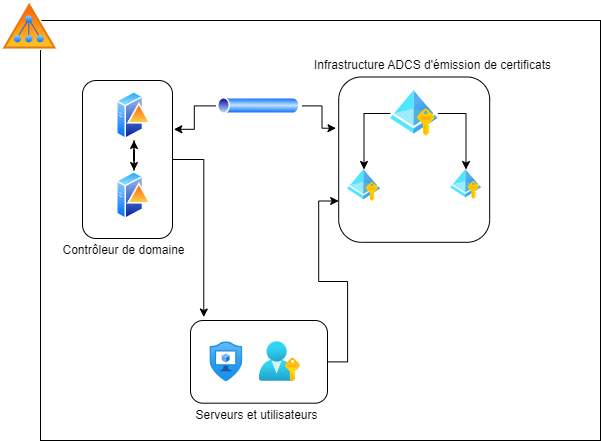
Earlier version of the draw.io export ADCS.png (Ktkjf/entrainement_wordpress). Source tidied: cells renumbered, new cells last; positions are measured from the earlier drawing's top-left corner, leaving out a move shared by most shapes.
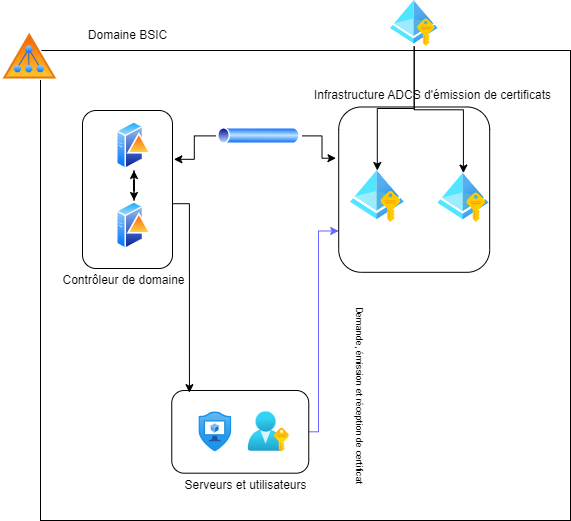
After the commit.

Commit message:
Mettre à jour ADCS.png

The edit, as a diff of the source:
```diff
@@ -3,7 +3,7 @@
     <mxCell id="0" />
     <mxCell id="1" parent="0" />
     <mxCell id="2" style="rounded=0;whiteSpace=wrap;html=1;fillColor=none;" parent="1" vertex="1">
-      <mxGeometry x="40" y="20" width="560" height="420" as="geometry" />
+      <mxGeometry x="40" y="20" width="530" height="470" as="geometry" />
     </mxCell>
     <mxCell id="3" style="rounded=1;whiteSpace=wrap;html=1;rotation=90;fillColor=none;" parent="1" vertex="1">
       <mxGeometry x="331" y="83.7" width="165.3" height="151" as="geometry" />
@@ -18,7 +18,7 @@
       <mxGeometry relative="1" as="geometry" />
     </mxCell>
     <mxCell id="7" style="image;html=1;points=[];align=center;fontSize=12;image=img/lib/azure2/identity/Managed_Identities.svg;" parent="1" vertex="1">
-      <mxGeometry x="390" y="90" width="47.4" height="46" as="geometry" />
+      <mxGeometry x="390" y="-30" width="47.4" height="46" as="geometry" />
     </mxCell>
     <mxCell id="8" style="image;perimeter=ellipsePerimeter;html=1;align=center;shadow=0;dashed=0;spacingTop=3;image=img/lib/active_directory/active_directory.svg;" parent="1" vertex="1">
       <mxGeometry width="58.8" height="50" as="geometry" />
@@ -36,25 +36,17 @@
       <mxGeometry x="116" y="170" width="35" height="50" as="geometry" />
     </mxCell>
     <mxCell id="13" style="image;html=1;points=[];align=center;fontSize=12;image=img/lib/azure2/identity/Managed_Identities.svg;" parent="1" vertex="1">
-      <mxGeometry x="347" y="169" width="32.9" height="32" as="geometry" />
+      <mxGeometry x="350" y="140" width="53.5" height="52" as="geometry" />
     </mxCell>
     <mxCell id="14" style="image;html=1;points=[];align=center;fontSize=12;image=img/lib/azure2/identity/Managed_Identities.svg;" parent="1" vertex="1">
-      <mxGeometry x="450" y="169" width="30.9" height="30" as="geometry" />
+      <mxGeometry x="437.4" y="142.6" width="50.9" height="49.4" as="geometry" />
     </mxCell>
-    <mxCell id="15" style="group;" parent="1" vertex="1">
-      <mxGeometry x="190" y="320" width="137" height="82.7" as="geometry" />
-    </mxCell>
-    <mxCell id="16" style="rounded=1;whiteSpace=wrap;html=1;rotation=90;fillColor=none;" parent="15" vertex="1">
-      <mxGeometry x="27.2" y="-27.2" width="82.7" height="137" as="geometry" />
-    </mxCell>
-    <mxCell id="17" style="image;html=1;align=center;fontSize=12;image=img/lib/azure2/security/Application_Security_Groups.svg;" parent="15" vertex="1">
-      <mxGeometry x="19.5" y="21.3" width="32.9" height="40" as="geometry" />
-    </mxCell>
-    <mxCell id="18" style="image;html=1;align=center;fontSize=12;image=img/lib/azure2/azure_stack/User_Subscriptions.svg;" parent="15" vertex="1">
-      <mxGeometry x="68.6" y="21.3" width="41.2" height="40" as="geometry" />
-    </mxCell>
-    <mxCell id="19" style="edgeStyle=orthogonalEdgeStyle;rounded=0;jettySize=auto;html=1;entryX=-0.042;entryY=0.903;entryDx=0;entryDy=0;entryPerimeter=0;" parent="1" edge="1" source="4" target="16">
-      <mxGeometry relative="1" as="geometry" />
+    <mxCell id="19" style="edgeStyle=orthogonalEdgeStyle;rounded=0;jettySize=auto;html=1;entryX=0.026;entryY=0.871;entryDx=0;entryDy=0;entryPerimeter=0;exitX=0.59;exitY=-0.003;exitDx=0;exitDy=0;exitPerimeter=0;" parent="1" edge="1" source="4" target="16">
+      <mxGeometry relative="1" as="geometry">
+        <Array as="points">
+          <mxPoint x="189" y="173" />
+        </Array>
+      </mxGeometry>
     </mxCell>
     <mxCell id="20" style="image;perimeter=ellipsePerimeter;html=1;align=center;shadow=0;dashed=0;spacingTop=3;image=img/lib/active_directory/tunnel.svg;" parent="1" vertex="1">
       <mxGeometry x="215.5" y="96.8" width="86" height="17.2" as="geometry" />
@@ -65,17 +57,42 @@
     <mxCell id="22" style="edgeStyle=orthogonalEdgeStyle;rounded=0;jettySize=auto;html=1;entryX=0.31;entryY=1.018;entryDx=0;entryDy=0;entryPerimeter=0;" parent="1" edge="1" source="20" target="3">
       <mxGeometry relative="1" as="geometry" />
     </mxCell>
-    <mxCell id="23" style="edgeStyle=orthogonalEdgeStyle;rounded=0;jettySize=auto;html=1;entryX=0.75;entryY=1;entryDx=0;entryDy=0;" parent="1" edge="1" source="16" target="3">
-      <mxGeometry relative="1" as="geometry" />
+    <mxCell id="23" style="edgeStyle=orthogonalEdgeStyle;rounded=0;jettySize=auto;html=1;entryX=0.75;entryY=1;entryDx=0;entryDy=0;strokeColor=#6666FF;" parent="1" edge="1" source="16" target="3">
+      <mxGeometry relative="1" as="geometry">
+        <Array as="points">
+          <mxPoint x="318" y="201" />
+        </Array>
+      </mxGeometry>
     </mxCell>
-    <mxCell id="24" value="Serveurs et utilisateurs" style="text;html=1;align=center;verticalAlign=middle;strokeColor=none;fillColor=none;" parent="1" vertex="1">
-      <mxGeometry x="181" y="400" width="150" height="30" as="geometry" />
-    </mxCell>
     <mxCell id="25" value="Contrôleur de domaine" style="text;html=1;align=center;verticalAlign=middle;strokeColor=none;fillColor=none;" parent="1" vertex="1">
       <mxGeometry x="48" y="234.6" width="150" height="30" as="geometry" />
     </mxCell>
     <mxCell id="26" value="Infrastructure ADCS d'émission de certificats" style="text;html=1;align=center;verticalAlign=middle;strokeColor=none;fillColor=none;" parent="1" vertex="1">
       <mxGeometry x="301.5" y="50" width="260" height="30" as="geometry" />
     </mxCell>
+    <mxCell id="27" value="Domaine BSIC" style="text;html=1;align=center;verticalAlign=middle;strokeColor=none;fillColor=none;" parent="1" vertex="1">
+      <mxGeometry x="77" y="-10" width="100" height="30" as="geometry" />
+    </mxCell>
+    <mxCell id="28" value="&lt;font style=&quot;font-size: 9px;&quot;&gt;Demande, émission et réception de certificat&lt;/font&gt;" style="text;html=1;align=center;verticalAlign=middle;strokeColor=none;fillColor=none;rotation=90;" parent="1" vertex="1">
+      <mxGeometry x="260" y="350" width="200" height="30" as="geometry" />
+    </mxCell>
+    <mxCell id="29" style="group;" parent="1" vertex="1">
+      <mxGeometry x="170" y="360" width="150" height="110" as="geometry" />
+    </mxCell>
+    <mxCell id="15" style="group;" parent="29" vertex="1">
+      <mxGeometry x="9" width="137" height="82.7" as="geometry" />
+    </mxCell>
+    <mxCell id="16" style="rounded=1;whiteSpace=wrap;html=1;rotation=90;fillColor=none;" parent="15" vertex="1">
+      <mxGeometry x="19.5" y="-27.2" width="82.7" height="137" as="geometry" />
+    </mxCell>
+    <mxCell id="17" style="image;html=1;align=center;fontSize=12;image=img/lib/azure2/security/Application_Security_Groups.svg;" parent="15" vertex="1">
+      <mxGeometry x="19.5" y="21.3" width="32.9" height="40" as="geometry" />
+    </mxCell>
+    <mxCell id="18" style="image;html=1;align=center;fontSize=12;image=img/lib/azure2/azure_stack/User_Subscriptions.svg;" parent="15" vertex="1">
+      <mxGeometry x="68.6" y="21.3" width="41.2" height="40" as="geometry" />
+    </mxCell>
+    <mxCell id="24" value="Serveurs et utilisateurs" style="text;html=1;align=center;verticalAlign=middle;strokeColor=none;fillColor=none;" parent="29" vertex="1">
+      <mxGeometry y="80" width="150" height="30" as="geometry" />
+    </mxCell>
   </root>
 </mxGraphModel>
```
